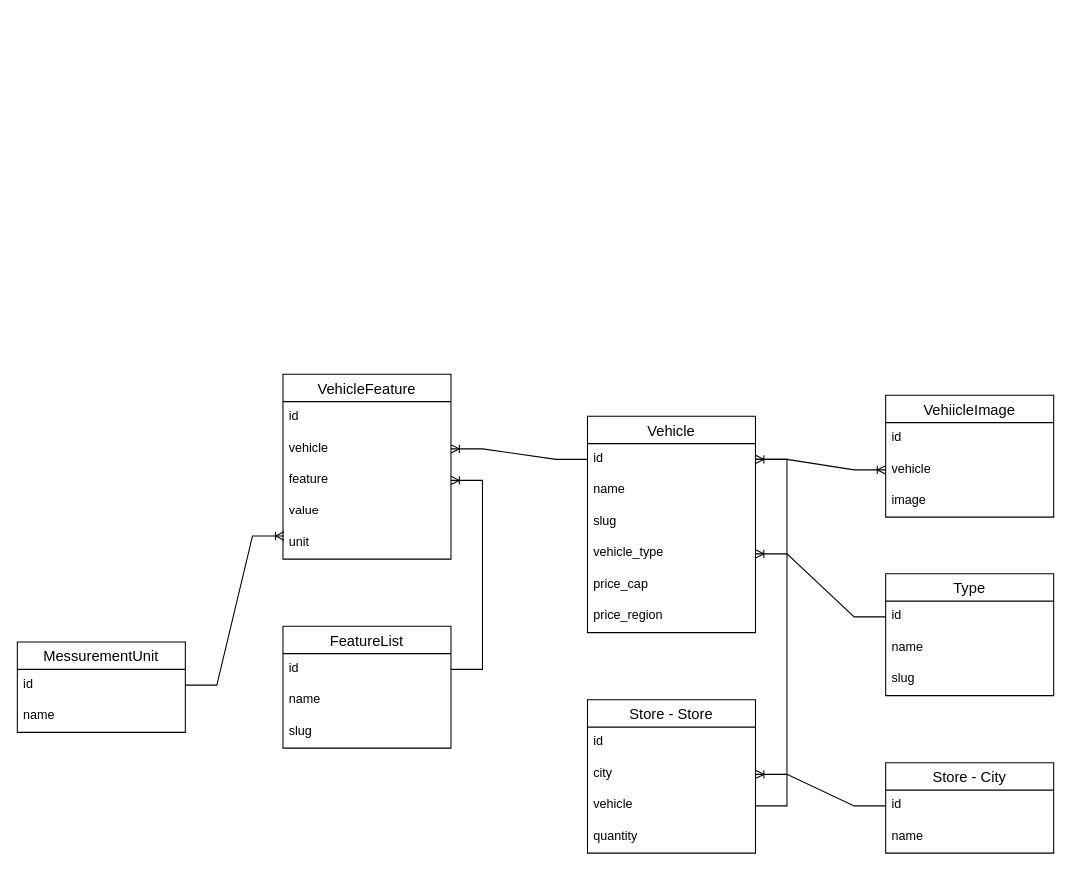
The draw.io diagram DB diagram.drawio in 1lymax/rentserv, before the edit. Source tidied: cells renumbered, new cells numbered last; positions are measured from the earlier drawing's top-left corner, leaving out a move shared by most shapes. Both pictures are drawn from the tidied source at 105%, with x=0, y=0 at pixel (17, 374).
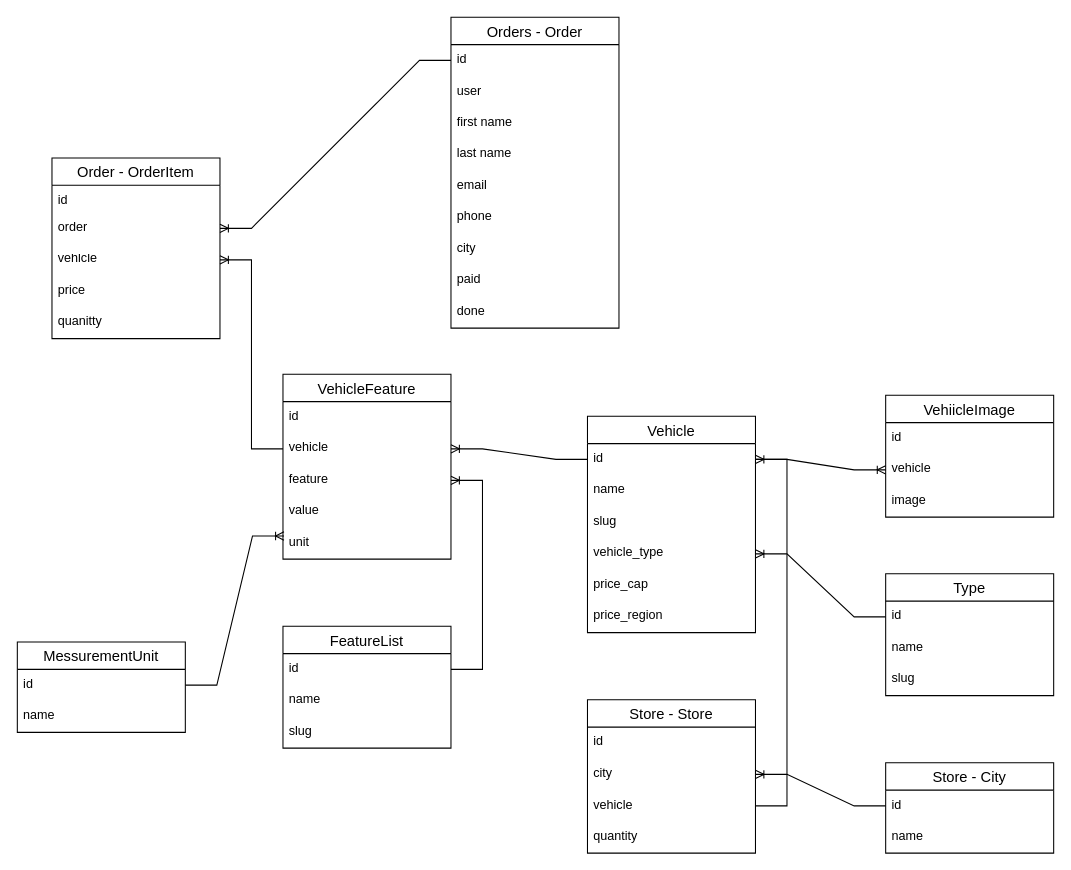
The same page after the edit.

Unchanged cells that the change refers to:
```xml
<mxCell id="16" value="vehicle" style="text;strokeColor=none;fillColor=none;spacingLeft=4;spacingRight=4;overflow=hidden;points=[[0,0.5],[1,0.5]];portConstraint=eastwest;fontSize=12;" parent="14" vertex="1">
  <mxGeometry y="56" width="160" height="30" as="geometry" />
</mxCell>
```

The edit, as a diff of the source:
```diff
@@
+    <mxCell id="45" value="Orders - Order" style="swimlane;fontStyle=0;horizontal=1;startSize=26;align=center;fontSize=14;" parent="1" vertex="1">
+      <mxGeometry x="413" y="-340" width="160" height="296" as="geometry" />
+    </mxCell>
+    <mxCell id="46" value="id" style="text;strokeColor=none;fillColor=none;spacingLeft=4;spacingRight=4;overflow=hidden;points=[[0,0.5],[1,0.5]];portConstraint=eastwest;fontSize=12;" parent="45" vertex="1">
+      <mxGeometry y="26" width="160" height="30" as="geometry" />
+    </mxCell>
+    <mxCell id="47" value="user" style="text;strokeColor=none;fillColor=none;spacingLeft=4;spacingRight=4;overflow=hidden;fontSize=12;" parent="45" vertex="1">
+      <mxGeometry y="56" width="160" height="30" as="geometry" />
+    </mxCell>
+    <mxCell id="48" value="first name" style="text;strokeColor=none;fillColor=none;spacingLeft=4;spacingRight=4;overflow=hidden;fontSize=12;" parent="45" vertex="1">
+      <mxGeometry y="86" width="160" height="30" as="geometry" />
+    </mxCell>
+    <mxCell id="49" value="last name" style="text;strokeColor=none;fillColor=none;spacingLeft=4;spacingRight=4;overflow=hidden;fontSize=12;" parent="45" vertex="1">
+      <mxGeometry y="116" width="160" height="30" as="geometry" />
+    </mxCell>
+    <mxCell id="50" value="email" style="text;strokeColor=none;fillColor=none;spacingLeft=4;spacingRight=4;overflow=hidden;fontSize=12;" parent="45" vertex="1">
+      <mxGeometry y="146" width="160" height="30" as="geometry" />
+    </mxCell>
+    <mxCell id="51" value="phone" style="text;strokeColor=none;fillColor=none;spacingLeft=4;spacingRight=4;overflow=hidden;fontSize=12;" parent="45" vertex="1">
+      <mxGeometry y="176" width="160" height="30" as="geometry" />
+    </mxCell>
+    <mxCell id="52" value="city" style="text;strokeColor=none;fillColor=none;spacingLeft=4;spacingRight=4;overflow=hidden;fontSize=12;" parent="45" vertex="1">
+      <mxGeometry y="206" width="160" height="30" as="geometry" />
+    </mxCell>
+    <mxCell id="53" value="paid" style="text;strokeColor=none;fillColor=none;spacingLeft=4;spacingRight=4;overflow=hidden;fontSize=12;" parent="45" vertex="1">
+      <mxGeometry y="236" width="160" height="30" as="geometry" />
+    </mxCell>
+    <mxCell id="54" value="done" style="text;strokeColor=none;fillColor=none;spacingLeft=4;spacingRight=4;overflow=hidden;fontSize=12;" parent="45" vertex="1">
+      <mxGeometry y="266" width="160" height="30" as="geometry" />
+    </mxCell>
+    <mxCell id="55" value="Order - OrderItem" style="swimlane;fontStyle=0;horizontal=1;startSize=26;align=center;fontSize=14;" parent="1" vertex="1">
+      <mxGeometry x="33" y="-206" width="160" height="172" as="geometry" />
+    </mxCell>
+    <mxCell id="56" value="id" style="text;strokeColor=none;fillColor=none;spacingLeft=4;spacingRight=4;overflow=hidden;fontSize=12;" parent="55" vertex="1">
+      <mxGeometry y="26" width="160" height="26" as="geometry" />
+    </mxCell>
+    <mxCell id="57" value="order" style="text;strokeColor=none;fillColor=none;spacingLeft=4;spacingRight=4;overflow=hidden;points=[[0,0.5],[1,0.5]];portConstraint=eastwest;fontSize=12;" parent="55" vertex="1">
+      <mxGeometry y="52" width="160" height="30" as="geometry" />
+    </mxCell>
+    <mxCell id="58" value="vehicle" style="text;strokeColor=none;fillColor=none;spacingLeft=4;spacingRight=4;overflow=hidden;points=[[0,0.5],[1,0.5]];portConstraint=eastwest;fontSize=12;" parent="55" vertex="1">
+      <mxGeometry y="82" width="160" height="30" as="geometry" />
+    </mxCell>
+    <mxCell id="59" value="price" style="text;strokeColor=none;fillColor=none;spacingLeft=4;spacingRight=4;overflow=hidden;fontSize=12;" parent="55" vertex="1">
+      <mxGeometry y="112" width="160" height="30" as="geometry" />
+    </mxCell>
+    <mxCell id="60" value="quanitty" style="text;strokeColor=none;fillColor=none;spacingLeft=4;spacingRight=4;overflow=hidden;fontSize=12;" parent="55" vertex="1">
+      <mxGeometry y="142" width="160" height="30" as="geometry" />
+    </mxCell>
+    <mxCell id="61" style="edgeStyle=entityRelationEdgeStyle;fontSize=12;html=1;endArrow=ERoneToMany;rounded=0;" parent="1" edge="1" source="46" target="57">
+      <mxGeometry relative="1" as="geometry" />
+    </mxCell>
+    <mxCell id="62" style="edgeStyle=entityRelationEdgeStyle;fontSize=12;html=1;endArrow=ERoneToMany;rounded=0;" parent="1" edge="1" source="16" target="58">
+      <mxGeometry relative="1" as="geometry" />
+    </mxCell>
```
